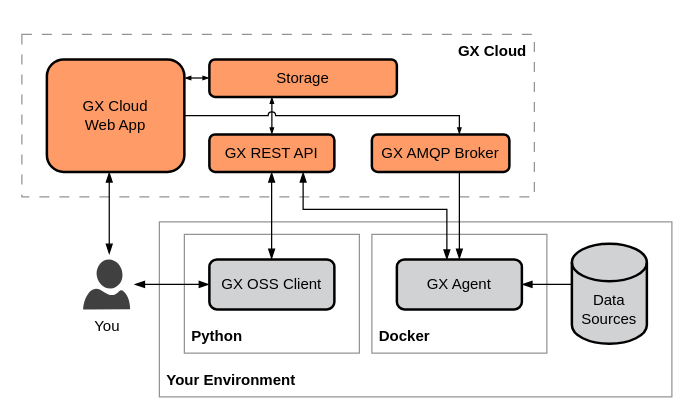
Earlier version of the draw.io diagram page "deployment-gx-oss-local" (3 of 4) of docs/docusaurus/docs/cloud/architecture_deployment_images/gx_cloud_architecture_and_deployment_diagrams.drawio (great-expectations/great_expectations). Source tidied: cells renumbered, new cells numbered last; positions are measured from the earlier drawing's top-left corner, leaving out a move shared by most shapes. Both pictures are drawn from the tidied source at 125%, with x=0, y=0 at pixel (21, 34).
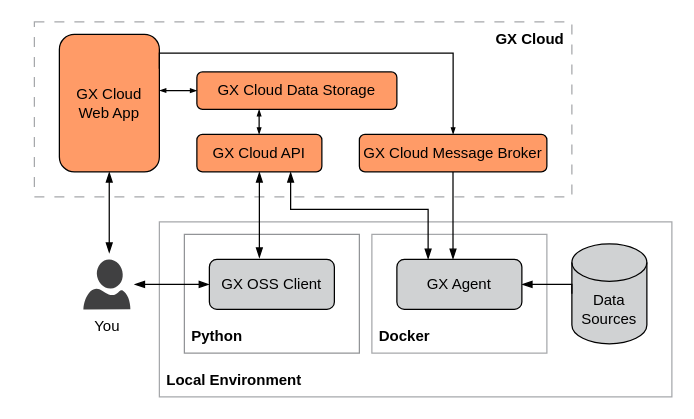
Above is the later version.

Change to the diagram source:
```diff
@@
+    <mxCell id="4" style="rounded=0;whiteSpace=wrap;html=1;strokeColor=#a6a8ab;fillColor=none;dashed=1;dashPattern=8 8;" parent="1" vertex="1">
+      <mxGeometry x="10" y="-10" width="430" height="140" as="geometry" />
+    </mxCell>
-    <mxCell id="2" style="rounded=0;whiteSpace=wrap;html=1;strokeColor=#929497;fillColor=none;perimeterSpacing=0;" parent="1" vertex="1">
+    <mxCell id="2" style="rounded=0;whiteSpace=wrap;html=1;strokeColor=#a6a8ab;fillColor=none;perimeterSpacing=0;" parent="1" vertex="1">
       <mxGeometry x="110" y="150" width="410" height="140" as="geometry" />
     </mxCell>
-    <mxCell id="3" style="rounded=0;whiteSpace=wrap;html=1;strokeColor=#929497;fillColor=none;perimeterSpacing=0;" parent="1" vertex="1">
+    <mxCell id="3" style="rounded=0;whiteSpace=wrap;html=1;strokeColor=#a6a8ab;fillColor=none;perimeterSpacing=0;" parent="1" vertex="1">
       <mxGeometry x="280" y="160" width="140" height="95" as="geometry" />
     </mxCell>
-    <mxCell id="4" style="rounded=0;whiteSpace=wrap;html=1;strokeColor=#929497;fillColor=none;dashed=1;dashPattern=8 8;" parent="1" vertex="1">
-      <mxGeometry width="410" height="130" as="geometry" />
-    </mxCell>
-    <mxCell id="5" value="GX Cloud&lt;br&gt;Web App" style="rounded=1;whiteSpace=wrap;html=1;strokeWidth=2;fillColor=#FF9B67;" parent="1" vertex="1">
-      <mxGeometry x="20" y="20" width="110" height="90" as="geometry" />
+    <mxCell id="5" value="GX Cloud&lt;br&gt;Web App" style="rounded=1;whiteSpace=wrap;html=1;strokeWidth=1;fillColor=#FF9B67;" parent="1" vertex="1">
+      <mxGeometry x="30" width="80" height="110" as="geometry" />
     </mxCell>
     <mxCell id="6" value="&lt;b&gt;GX Cloud&lt;/b&gt;" style="text;html=1;strokeColor=none;fillColor=none;align=right;verticalAlign=top;whiteSpace=wrap;rounded=0;spacing=0;spacingLeft=6;spacingTop=2;spacingRight=6;" parent="1" vertex="1">
-      <mxGeometry x="340" width="70" height="30" as="geometry" />
+      <mxGeometry x="370" y="-10" width="70" height="30" as="geometry" />
     </mxCell>
-    <mxCell id="7" value="&lt;b&gt;Your Environment&lt;/b&gt;" style="text;html=1;strokeColor=none;fillColor=none;align=left;verticalAlign=bottom;whiteSpace=wrap;rounded=0;spacing=0;spacingTop=2;spacingLeft=6;spacingRight=6;spacingBottom=6;" parent="1" vertex="1">
+    <mxCell id="7" value="&lt;b&gt;Local Environment&lt;/b&gt;" style="text;html=1;strokeColor=none;fillColor=none;align=left;verticalAlign=bottom;whiteSpace=wrap;rounded=0;spacing=0;spacingTop=2;spacingLeft=6;spacingRight=6;spacingBottom=6;" parent="1" vertex="1">
       <mxGeometry x="110" y="260" width="120" height="30" as="geometry" />
     </mxCell>
-    <mxCell id="8" value="Storage" style="rounded=1;whiteSpace=wrap;html=1;strokeWidth=2;fillColor=#FF9B67;" parent="1" vertex="1">
-      <mxGeometry x="150" y="20" width="150" height="30" as="geometry" />
+    <mxCell id="8" value="GX Cloud Data Storage" style="rounded=1;whiteSpace=wrap;html=1;strokeWidth=1;fillColor=#FF9B67;" parent="1" vertex="1">
+      <mxGeometry x="140" y="30" width="160" height="30" as="geometry" />
     </mxCell>
-    <mxCell id="9" value="GX REST API" style="rounded=1;whiteSpace=wrap;html=1;strokeWidth=2;fillColor=#FF9B67;" parent="1" vertex="1">
-      <mxGeometry x="150" y="80" width="100" height="30" as="geometry" />
+    <mxCell id="9" value="GX Cloud API" style="rounded=1;whiteSpace=wrap;html=1;strokeWidth=1;fillColor=#FF9B67;" parent="1" vertex="1">
+      <mxGeometry x="140" y="80" width="100" height="30" as="geometry" />
     </mxCell>
-    <mxCell id="10" style="shape=cylinder3;whiteSpace=wrap;html=1;boundedLbl=1;backgroundOutline=1;size=15;strokeWidth=2;fillColor=#D0D2D3;" parent="1" vertex="1">
+    <mxCell id="10" style="shape=cylinder3;whiteSpace=wrap;html=1;boundedLbl=1;backgroundOutline=1;size=15;strokeWidth=1;fillColor=#D0D2D3;" parent="1" vertex="1">
       <mxGeometry x="440" y="167.5" width="60" height="80" as="geometry" />
     </mxCell>
@@
-    <mxCell id="13" value="GX AMQP Broker" style="rounded=1;whiteSpace=wrap;html=1;strokeWidth=2;fillColor=#FF9B67;" parent="1" vertex="1">
-      <mxGeometry x="280" y="80" width="110" height="30" as="geometry" />
+    <mxCell id="13" value="GX Cloud Message Broker" style="rounded=1;whiteSpace=wrap;html=1;strokeWidth=1;fillColor=#FF9B67;" parent="1" vertex="1">
+      <mxGeometry x="270" y="80" width="150" height="30" as="geometry" />
     </mxCell>
-    <mxCell id="14" style="endArrow=blockThin;startArrow=blockThin;html=1;rounded=0;entryX=0.5;entryY=1;entryDx=0;entryDy=0;startFill=1;endFill=1;" parent="1" edge="1">
-      <mxGeometry relative="1" as="geometry">
-        <mxPoint x="69.9" y="176" as="sourcePoint" />
-        <mxPoint x="69.9" y="110" as="targetPoint" />
-      </mxGeometry>
-    </mxCell>
-    <mxCell id="15" style="endArrow=blockThin;startArrow=blockThin;html=1;rounded=0;entryX=0.75;entryY=1;entryDx=0;entryDy=0;startFill=1;endFill=1;exitX=0.4;exitY=0.013;exitDx=0;exitDy=0;exitPerimeter=0;edgeStyle=orthogonalEdgeStyle;" parent="1" edge="1" source="21" target="9">
+    <mxCell id="15" style="endArrow=blockThin;startArrow=blockThin;html=1;rounded=0;entryX=0.75;entryY=1;entryDx=0;entryDy=0;startFill=1;endFill=1;exitX=0.25;exitY=0;exitDx=0;exitDy=0;edgeStyle=orthogonalEdgeStyle;" parent="1" edge="1" source="21" target="9">
       <mxGeometry relative="1" as="geometry">
         <Array as="points">
-          <mxPoint x="340" y="140" />
-          <mxPoint x="225" y="140" />
+          <mxPoint x="325" y="140" />
+          <mxPoint x="215" y="140" />
         </Array>
       </mxGeometry>
     </mxCell>
-    <mxCell id="16" style="endArrow=none;startArrow=blockThin;html=1;rounded=0;startFill=1;endFill=0;exitX=0.5;exitY=0;exitDx=0;exitDy=0;edgeStyle=orthogonalEdgeStyle;" parent="1" edge="1" source="21">
+    <mxCell id="16" style="endArrow=none;startArrow=blockThin;html=1;rounded=0;startFill=1;endFill=0;exitX=0.5;exitY=0;exitDx=0;exitDy=0;edgeStyle=orthogonalEdgeStyle;" parent="1" edge="1">
       <mxGeometry relative="1" as="geometry">
-        <mxPoint x="350" y="110" as="targetPoint" />
+        <mxPoint x="344.9" y="180" as="sourcePoint" />
+        <mxPoint x="344.9" y="110" as="targetPoint" />
       </mxGeometry>
     </mxCell>
-    <mxCell id="17" style="endArrow=blockThin;html=1;rounded=0;startArrow=blockThin;startFill=1;endFill=1;endSize=3;startSize=3;" parent="1" edge="1">
+    <mxCell id="17" style="endArrow=blockThin;html=1;rounded=0;startArrow=blockThin;startFill=1;endFill=1;endSize=3;startSize=3;entryX=0;entryY=0.5;entryDx=0;entryDy=0;" parent="1" edge="1" target="8">
       <mxGeometry relative="1" as="geometry">
-        <mxPoint x="130" y="34.9" as="sourcePoint" />
-        <mxPoint x="150" y="34.9" as="targetPoint" />
+        <mxPoint x="110" y="44.9" as="sourcePoint" />
       </mxGeometry>
     </mxCell>
-    <mxCell id="18" style="endArrow=blockThin;html=1;rounded=0;startArrow=blockThin;startFill=1;endFill=1;endSize=3;startSize=3;entryX=0.5;entryY=0;entryDx=0;entryDy=0;" parent="1" edge="1" target="9">
-      <mxGeometry relative="1" as="geometry">
-        <mxPoint x="200" y="50" as="sourcePoint" />
-      </mxGeometry>
-    </mxCell>
-    <mxCell id="19" style="endArrow=blockThin;html=1;rounded=0;edgeStyle=orthogonalEdgeStyle;endFill=1;endSize=3;exitX=1;exitY=0.5;exitDx=0;exitDy=0;jumpStyle=arc;jumpSize=6;" parent="1" edge="1" source="5">
+    <mxCell id="19" style="endArrow=blockThin;html=1;rounded=0;edgeStyle=orthogonalEdgeStyle;endFill=1;endSize=3;jumpStyle=arc;jumpSize=6;exitX=1;exitY=0.25;exitDx=0;exitDy=0;entryX=0.5;entryY=0;entryDx=0;entryDy=0;" parent="1" edge="1" source="5" target="13">
       <mxGeometry relative="1" as="geometry">
-        <mxPoint x="350" y="80" as="targetPoint" />
         <Array as="points">
-          <mxPoint x="350" y="65" />
-          <mxPoint x="350" y="80" />
+          <mxPoint x="110" y="15" />
+          <mxPoint x="345" y="15" />
         </Array>
       </mxGeometry>
     </mxCell>
@@
-    <mxCell id="21" value="GX Agent" style="rounded=1;whiteSpace=wrap;html=1;glass=0;strokeWidth=2;fillColor=#D0D2D3;" parent="1" vertex="1">
+    <mxCell id="21" value="GX Agent" style="rounded=1;whiteSpace=wrap;html=1;glass=0;strokeWidth=1;fillColor=#D0D2D3;" parent="1" vertex="1">
       <mxGeometry x="300" y="180" width="100" height="40" as="geometry" />
     </mxCell>
     <mxCell id="22" value="You" style="sketch=0;shadow=0;dashed=0;html=1;strokeColor=none;labelPosition=center;verticalLabelPosition=bottom;verticalAlign=top;align=center;fillColor=#404041;shape=mxgraph.azure.user;" parent="1" vertex="1">
-      <mxGeometry x="49" y="180" width="37.6" height="40" as="geometry" />
+      <mxGeometry x="49.2" y="180" width="37.6" height="40" as="geometry" />
     </mxCell>
@@
-    <mxCell id="25" value="GX OSS Client" style="rounded=1;whiteSpace=wrap;html=1;glass=0;strokeWidth=2;fillColor=#D0D2D3;" parent="1" vertex="1">
+    <mxCell id="25" value="GX OSS Client" style="rounded=1;whiteSpace=wrap;html=1;glass=0;strokeWidth=1;fillColor=#D0D2D3;" parent="1" vertex="1">
       <mxGeometry x="150" y="180" width="100" height="40" as="geometry" />
     </mxCell>
-    <mxCell id="26" style="endArrow=blockThin;startArrow=blockThin;html=1;rounded=0;startFill=1;endFill=1;exitX=0.5;exitY=0;exitDx=0;exitDy=0;edgeStyle=orthogonalEdgeStyle;" parent="1" edge="1">
-      <mxGeometry relative="1" as="geometry">
-        <mxPoint x="199.8" y="180" as="sourcePoint" />
-        <mxPoint x="199.8" y="110" as="targetPoint" />
-      </mxGeometry>
-    </mxCell>
-    <mxCell id="27" style="endArrow=blockThin;startArrow=blockThin;html=1;rounded=0;startFill=1;endFill=1;edgeStyle=orthogonalEdgeStyle;" parent="1" edge="1">
+    <mxCell id="27" style="endArrow=blockThin;startArrow=blockThin;html=1;rounded=0;startFill=1;endFill=1;edgeStyle=orthogonalEdgeStyle;entryX=0;entryY=0.5;entryDx=0;entryDy=0;" parent="1" edge="1" target="25">
       <mxGeometry relative="1" as="geometry">
         <mxPoint x="90" y="200" as="sourcePoint" />
-        <mxPoint x="150" y="200" as="targetPoint" />
+        <Array as="points">
+          <mxPoint x="90" y="200" />
+        </Array>
       </mxGeometry>
     </mxCell>
+    <mxCell id="28" style="endArrow=blockThin;startArrow=blockThin;html=1;rounded=0;entryX=0.5;entryY=1;entryDx=0;entryDy=0;exitX=0.4;exitY=-0.025;exitDx=0;exitDy=0;exitPerimeter=0;startFill=1;endFill=1;" parent="1" edge="1" source="25" target="9">
+      <mxGeometry relative="1" as="geometry" />
+    </mxCell>
+    <mxCell id="29" style="endArrow=blockThin;startArrow=blockThin;html=1;rounded=0;startFill=1;endFill=1;endSize=3;startSize=3;" parent="1" edge="1">
+      <mxGeometry relative="1" as="geometry">
+        <mxPoint x="189.8" y="80" as="sourcePoint" />
+        <mxPoint x="189.8" y="60" as="targetPoint" />
+      </mxGeometry>
+    </mxCell>
+    <mxCell id="30" style="endArrow=blockThin;startArrow=blockThin;html=1;rounded=0;entryX=0.5;entryY=1;entryDx=0;entryDy=0;startFill=1;endFill=1;" parent="1" edge="1">
+      <mxGeometry relative="1" as="geometry">
+        <mxPoint x="69.9" y="175" as="sourcePoint" />
+        <mxPoint x="69.9" y="110" as="targetPoint" />
+      </mxGeometry>
+    </mxCell>
```
